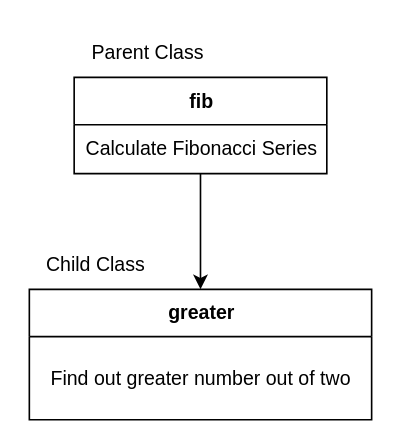
Before: 06.LEC.11.10.2022/singleInheritance/Single Inheritance Diagram.drawio in DhruvBhirud/dailyJavaAssignments, a draw.io diagram. Source tidied: cells renumbered, new cells numbered last; positions are measured from the earlier drawing's top-left corner, leaving out a move shared by most shapes. Both pictures are drawn from the tidied source at 163%, with x=0, y=0 at pixel (28, 28).
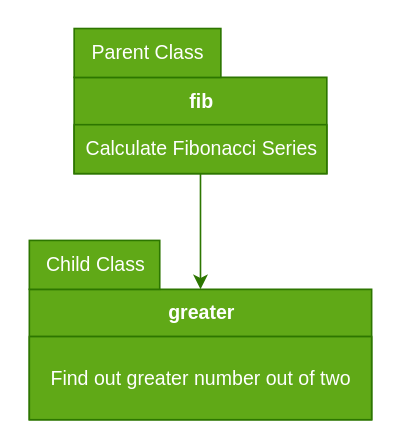
Above is the later version.

Diff of the diagram source:
```diff
@@
 <mxGraphModel>
   <root>
     <mxCell id="0" />
     <mxCell id="1" parent="0" />
-    <mxCell id="2" value="fib" style="swimlane;fontStyle=1;align=center;verticalAlign=middle;horizontal=1;startSize=29;html=1;" parent="1" vertex="1">
+    <mxCell id="2" value="fib" style="swimlane;fontStyle=1;align=center;verticalAlign=middle;horizontal=1;startSize=29;html=1;fillColor=#60a917;fontColor=#ffffff;strokeColor=#2D7600;" parent="1" vertex="1">
       <mxGeometry x="28" y="30" width="155" height="59" as="geometry" />
     </mxCell>
-    <mxCell id="3" value="Calculate Fibonacci Series" style="text;html=1;align=center;verticalAlign=middle;points=[];" parent="2" vertex="1">
+    <mxCell id="3" value="Calculate Fibonacci Series" style="text;html=1;align=center;verticalAlign=middle;points=[];fillColor=#60a917;fontColor=#ffffff;strokeColor=#2D7600;" parent="2" vertex="1">
       <mxGeometry y="29" width="155" height="30" as="geometry" />
     </mxCell>
-    <mxCell id="4" value="greater" style="swimlane;fontStyle=1;align=center;verticalAlign=middle;horizontal=1;startSize=29;html=1;" parent="1" vertex="1">
+    <mxCell id="4" value="greater" style="swimlane;fontStyle=1;align=center;verticalAlign=middle;horizontal=1;startSize=29;html=1;fillColor=#60a917;fontColor=#ffffff;strokeColor=#2D7600;" parent="1" vertex="1">
       <mxGeometry x="0.5" y="160" width="210" height="80" as="geometry" />
     </mxCell>
-    <mxCell id="5" value="Find out greater number out of two" style="text;html=1;align=center;verticalAlign=middle;spacingLeft=4;spacingRight=4;overflow=hidden;" parent="4" vertex="1">
+    <mxCell id="5" value="Find out greater number out of two" style="text;html=1;align=center;verticalAlign=middle;spacingLeft=4;spacingRight=4;overflow=hidden;fillColor=#60a917;fontColor=#ffffff;strokeColor=#2D7600;" parent="4" vertex="1">
       <mxGeometry y="29" width="210" height="51" as="geometry" />
     </mxCell>
-    <mxCell id="6" style="edgeStyle=orthogonalEdgeStyle;rounded=0;jettySize=auto;html=1;" parent="1" edge="1" source="3" target="4">
+    <mxCell id="6" style="edgeStyle=orthogonalEdgeStyle;rounded=0;jettySize=auto;html=1;fillColor=#60a917;strokeColor=#2D7600;" parent="1" edge="1" source="3" target="4">
       <mxGeometry relative="1" as="geometry" />
     </mxCell>
-    <mxCell id="7" value="Parent Class" style="text;html=1;align=center;verticalAlign=middle;strokeColor=none;fillColor=none;" parent="1" vertex="1">
+    <mxCell id="7" value="Parent Class" style="text;html=1;align=center;verticalAlign=middle;fillColor=#60a917;fontColor=#ffffff;strokeColor=#2D7600;" parent="1" vertex="1">
       <mxGeometry x="28" width="90" height="30" as="geometry" />
     </mxCell>
-    <mxCell id="8" value="Child Class" style="text;html=1;align=center;verticalAlign=middle;" parent="1" vertex="1">
+    <mxCell id="8" value="Child Class" style="text;html=1;align=center;verticalAlign=middle;fillColor=#60a917;fontColor=#ffffff;strokeColor=#2D7600;" parent="1" vertex="1">
       <mxGeometry x="0.5" y="130" width="80" height="30" as="geometry" />
     </mxCell>
   </root>
 </mxGraphModel>
```
